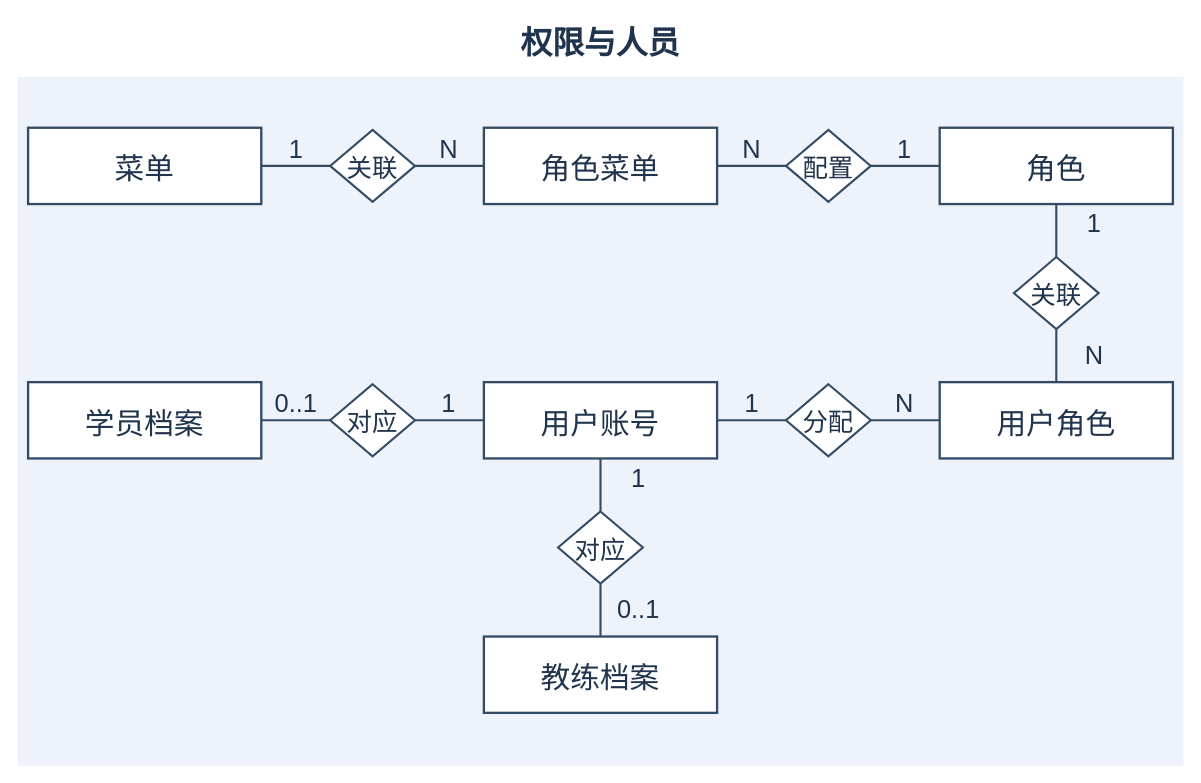
Before: page "账号与权限" (2 of 6) of diagrams/overall-er.drawio in TJHLDY/driving-school-training-exam-management, a draw.io diagram. Source tidied: cells renumbered, new cells numbered last; positions are measured from the earlier drawing's top-left corner, leaving out a move shared by most shapes. Both pictures are drawn from the tidied source at 106%, with x=0, y=0 at pixel (17, 17).
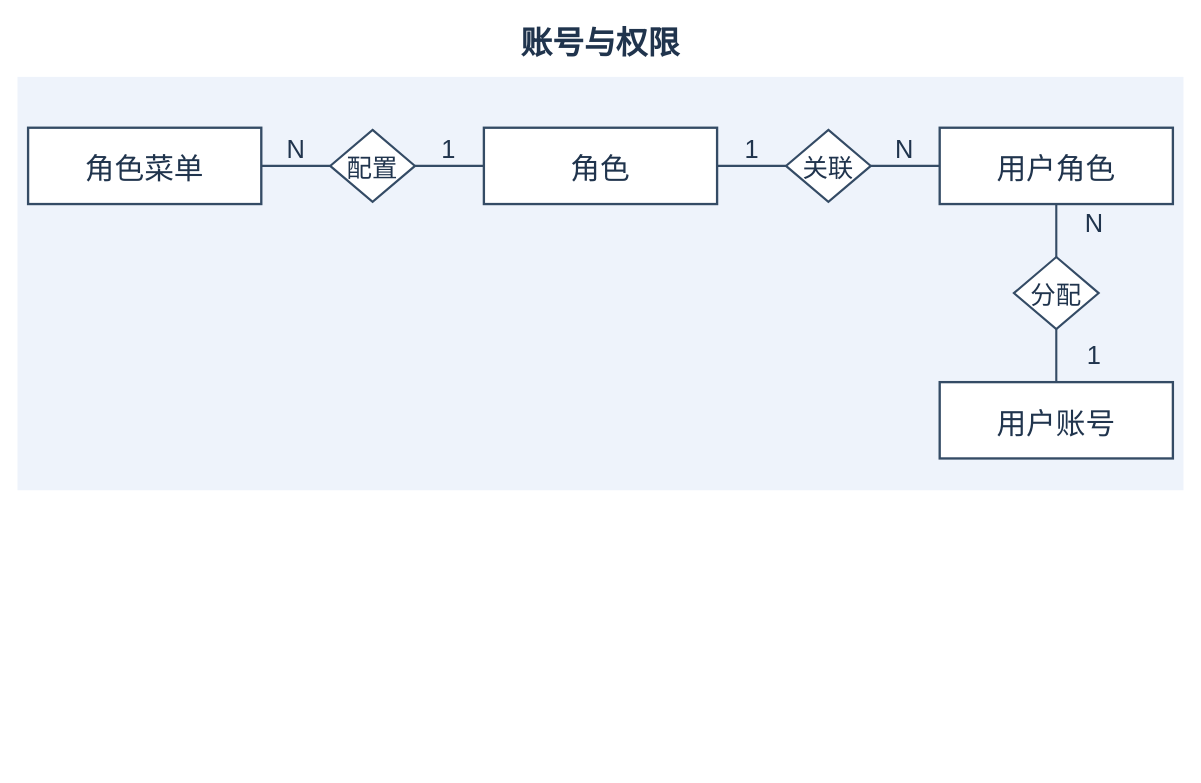
Above is the later version.

Diff of the diagram source:
```diff
@@
     <mxCell id="2" style="fillColor=#EEF3FB;strokeColor=none;" parent="1" vertex="1">
-      <mxGeometry y="56" width="1100" height="650" as="geometry" />
+      <mxGeometry y="56" width="1100" height="390" as="geometry" />
     </mxCell>
-    <mxCell id="3" value="权限与人员" style="strokeColor=none;fillColor=none;fontFamily=Microsoft YaHei;fontColor=#20344D;fontSize=30;fontStyle=1;" parent="1" vertex="1">
+    <mxCell id="3" value="账号与权限" style="strokeColor=none;fillColor=none;fontFamily=Microsoft YaHei;fontColor=#20344D;fontSize=30;fontStyle=1;" parent="1" vertex="1">
       <mxGeometry x="50" width="1000" height="42" as="geometry" />
     </mxCell>
-    <mxCell id="4" value="菜单" style="shape=rectangle;rounded=0;fillColor=#FFFFFF;strokeColor=#344B65;strokeWidth=2.2;fontSize=28;fontFamily=Microsoft YaHei;fontColor=#20344D;" parent="1" vertex="1">
+    <mxCell id="4" value="角色菜单" style="shape=rectangle;rounded=0;fillColor=#FFFFFF;strokeColor=#344B65;strokeWidth=2.2;fontSize=28;fontFamily=Microsoft YaHei;fontColor=#20344D;" parent="1" vertex="1">
       <mxGeometry x="10" y="104" width="220" height="72" as="geometry" />
     </mxCell>
-    <mxCell id="5" value="角色菜单" style="shape=rectangle;rounded=0;fillColor=#FFFFFF;strokeColor=#344B65;strokeWidth=2.2;fontSize=28;fontFamily=Microsoft YaHei;fontColor=#20344D;" parent="1" vertex="1">
-      <mxGeometry x="440" y="104" width="220" height="72" as="geometry" />
-    </mxCell>
     <mxCell id="6" value="角色" style="shape=rectangle;rounded=0;fillColor=#FFFFFF;strokeColor=#344B65;strokeWidth=2.2;fontSize=28;fontFamily=Microsoft YaHei;fontColor=#20344D;" parent="1" vertex="1">
-      <mxGeometry x="870" y="104" width="220" height="72" as="geometry" />
+      <mxGeometry x="440" y="104" width="220" height="72" as="geometry" />
     </mxCell>
-    <mxCell id="7" value="学员档案" style="shape=rectangle;rounded=0;fillColor=#FFFFFF;strokeColor=#344B65;strokeWidth=2.2;fontSize=28;fontFamily=Microsoft YaHei;fontColor=#20344D;" parent="1" vertex="1">
-      <mxGeometry x="10" y="344" width="220" height="72" as="geometry" />
-    </mxCell>
+    <mxCell id="9" value="用户角色" style="shape=rectangle;rounded=0;fillColor=#FFFFFF;strokeColor=#344B65;strokeWidth=2.2;fontSize=28;fontFamily=Microsoft YaHei;fontColor=#20344D;" parent="1" vertex="1">
+      <mxGeometry x="870" y="104" width="220" height="72" as="geometry" />
+    </mxCell>
     <mxCell id="8" value="用户账号" style="shape=rectangle;rounded=0;fillColor=#FFFFFF;strokeColor=#344B65;strokeWidth=2.2;fontSize=28;fontFamily=Microsoft YaHei;fontColor=#20344D;" parent="1" vertex="1">
-      <mxGeometry x="440" y="344" width="220" height="72" as="geometry" />
+      <mxGeometry x="870" y="344" width="220" height="72" as="geometry" />
     </mxCell>
-    <mxCell id="9" value="用户角色" style="shape=rectangle;rounded=0;fillColor=#FFFFFF;strokeColor=#344B65;strokeWidth=2.2;fontSize=28;fontFamily=Microsoft YaHei;fontColor=#20344D;" parent="1" vertex="1">
-      <mxGeometry x="870" y="344" width="220" height="72" as="geometry" />
-    </mxCell>
-    <mxCell id="10" value="教练档案" style="shape=rectangle;rounded=0;fillColor=#FFFFFF;strokeColor=#344B65;strokeWidth=2.2;fontSize=28;fontFamily=Microsoft YaHei;fontColor=#20344D;" parent="1" vertex="1">
-      <mxGeometry x="440" y="584" width="220" height="72" as="geometry" />
-    </mxCell>
-    <mxCell id="11" value="关联" style="shape=rhombus;perimeter=rhombusPerimeter;fillColor=#FFFFFF;strokeColor=#344B65;strokeWidth=2;fontSize=24;fontFamily=Microsoft YaHei;fontColor=#20344D;" parent="1" vertex="1">
+    <mxCell id="11" value="配置" style="shape=rhombus;perimeter=rhombusPerimeter;fillColor=#FFFFFF;strokeColor=#344B65;strokeWidth=2;fontSize=24;fontFamily=Microsoft YaHei;fontColor=#20344D;" parent="1" vertex="1">
       <mxGeometry x="295" y="106" width="80" height="68" as="geometry" />
     </mxCell>
-    <mxCell id="12" style="edgeStyle=none;noEdgeStyle=1;endArrow=none;startArrow=none;strokeColor=#344B65;strokeWidth=2;" parent="1" edge="1" source="4" target="11">
+    <mxCell id="12" style="edgeStyle=none;noEdgeStyle=1;endArrow=none;startArrow=none;strokeColor=#344B65;strokeWidth=2;" parent="1" edge="1" source="6" target="11">
       <mxGeometry relative="1" as="geometry" />
     </mxCell>
     <mxCell id="13" value="1" style="strokeColor=none;fillColor=none;fontFamily=Microsoft YaHei;fontColor=#20344D;fontSize=24;" parent="1" vertex="1">
-      <mxGeometry x="235" y="108" width="56" height="28" as="geometry" />
+      <mxGeometry x="379" y="108" width="56" height="28" as="geometry" />
     </mxCell>
-    <mxCell id="14" style="edgeStyle=none;noEdgeStyle=1;endArrow=none;startArrow=none;strokeColor=#344B65;strokeWidth=2;" parent="1" edge="1" source="5" target="11">
+    <mxCell id="14" style="edgeStyle=none;noEdgeStyle=1;endArrow=none;startArrow=none;strokeColor=#344B65;strokeWidth=2;" parent="1" edge="1" source="4" target="11">
       <mxGeometry relative="1" as="geometry" />
     </mxCell>
     <mxCell id="15" value="N" style="strokeColor=none;fillColor=none;fontFamily=Microsoft YaHei;fontColor=#20344D;fontSize=24;" parent="1" vertex="1">
-      <mxGeometry x="379" y="108" width="56" height="28" as="geometry" />
+      <mxGeometry x="235" y="108" width="56" height="28" as="geometry" />
     </mxCell>
-    <mxCell id="16" value="配置" style="shape=rhombus;perimeter=rhombusPerimeter;fillColor=#FFFFFF;strokeColor=#344B65;strokeWidth=2;fontSize=24;fontFamily=Microsoft YaHei;fontColor=#20344D;" parent="1" vertex="1">
+    <mxCell id="16" value="关联" style="shape=rhombus;perimeter=rhombusPerimeter;fillColor=#FFFFFF;strokeColor=#344B65;strokeWidth=2;fontSize=24;fontFamily=Microsoft YaHei;fontColor=#20344D;" parent="1" vertex="1">
       <mxGeometry x="725" y="106" width="80" height="68" as="geometry" />
     </mxCell>
@@
     <mxCell id="18" value="1" style="strokeColor=none;fillColor=none;fontFamily=Microsoft YaHei;fontColor=#20344D;fontSize=24;" parent="1" vertex="1">
-      <mxGeometry x="809" y="108" width="56" height="28" as="geometry" />
+      <mxGeometry x="665" y="108" width="56" height="28" as="geometry" />
     </mxCell>
-    <mxCell id="19" style="edgeStyle=none;noEdgeStyle=1;endArrow=none;startArrow=none;strokeColor=#344B65;strokeWidth=2;" parent="1" edge="1" source="5" target="16">
+    <mxCell id="19" style="edgeStyle=none;noEdgeStyle=1;endArrow=none;startArrow=none;strokeColor=#344B65;strokeWidth=2;" parent="1" edge="1" source="9" target="16">
       <mxGeometry relative="1" as="geometry" />
     </mxCell>
     <mxCell id="20" value="N" style="strokeColor=none;fillColor=none;fontFamily=Microsoft YaHei;fontColor=#20344D;fontSize=24;" parent="1" vertex="1">
-      <mxGeometry x="665" y="108" width="56" height="28" as="geometry" />
+      <mxGeometry x="809" y="108" width="56" height="28" as="geometry" />
     </mxCell>
-    <mxCell id="21" value="关联" style="shape=rhombus;perimeter=rhombusPerimeter;fillColor=#FFFFFF;strokeColor=#344B65;strokeWidth=2;fontSize=24;fontFamily=Microsoft YaHei;fontColor=#20344D;" parent="1" vertex="1">
+    <mxCell id="21" value="分配" style="shape=rhombus;perimeter=rhombusPerimeter;fillColor=#FFFFFF;strokeColor=#344B65;strokeWidth=2;fontSize=24;fontFamily=Microsoft YaHei;fontColor=#20344D;" parent="1" vertex="1">
       <mxGeometry x="940" y="226" width="80" height="68" as="geometry" />
     </mxCell>
-    <mxCell id="22" style="edgeStyle=none;noEdgeStyle=1;endArrow=none;startArrow=none;strokeColor=#344B65;strokeWidth=2;" parent="1" edge="1" source="6" target="21">
+    <mxCell id="22" style="edgeStyle=none;noEdgeStyle=1;endArrow=none;startArrow=none;strokeColor=#344B65;strokeWidth=2;" parent="1" edge="1" source="8" target="21">
       <mxGeometry relative="1" as="geometry" />
     </mxCell>
     <mxCell id="23" value="1" style="strokeColor=none;fillColor=none;fontFamily=Microsoft YaHei;fontColor=#20344D;fontSize=24;" parent="1" vertex="1">
-      <mxGeometry x="988" y="178" width="56" height="28" as="geometry" />
+      <mxGeometry x="988" y="302" width="56" height="28" as="geometry" />
     </mxCell>
@@
     <mxCell id="25" value="N" style="strokeColor=none;fillColor=none;fontFamily=Microsoft YaHei;fontColor=#20344D;fontSize=24;" parent="1" vertex="1">
-      <mxGeometry x="988" y="302" width="56" height="28" as="geometry" />
+      <mxGeometry x="988" y="178" width="56" height="28" as="geometry" />
     </mxCell>
-    <mxCell id="26" value="分配" style="shape=rhombus;perimeter=rhombusPerimeter;fillColor=#FFFFFF;strokeColor=#344B65;strokeWidth=2;fontSize=24;fontFamily=Microsoft YaHei;fontColor=#20344D;" parent="1" vertex="1">
-      <mxGeometry x="725" y="346" width="80" height="68" as="geometry" />
-    </mxCell>
-    <mxCell id="27" style="edgeStyle=none;noEdgeStyle=1;endArrow=none;startArrow=none;strokeColor=#344B65;strokeWidth=2;" parent="1" edge="1" source="8" target="26">
-      <mxGeometry relative="1" as="geometry" />
-    </mxCell>
-    <mxCell id="28" value="1" style="strokeColor=none;fillColor=none;fontFamily=Microsoft YaHei;fontColor=#20344D;fontSize=24;" parent="1" vertex="1">
-      <mxGeometry x="665" y="348" width="56" height="28" as="geometry" />
-    </mxCell>
-    <mxCell id="29" style="edgeStyle=none;noEdgeStyle=1;endArrow=none;startArrow=none;strokeColor=#344B65;strokeWidth=2;" parent="1" edge="1" source="9" target="26">
-      <mxGeometry relative="1" as="geometry" />
-    </mxCell>
-    <mxCell id="30" value="N" style="strokeColor=none;fillColor=none;fontFamily=Microsoft YaHei;fontColor=#20344D;fontSize=24;" parent="1" vertex="1">
-      <mxGeometry x="809" y="348" width="56" height="28" as="geometry" />
-    </mxCell>
-    <mxCell id="31" value="对应" style="shape=rhombus;perimeter=rhombusPerimeter;fillColor=#FFFFFF;strokeColor=#344B65;strokeWidth=2;fontSize=24;fontFamily=Microsoft YaHei;fontColor=#20344D;" parent="1" vertex="1">
-      <mxGeometry x="295" y="346" width="80" height="68" as="geometry" />
-    </mxCell>
-    <mxCell id="32" style="edgeStyle=none;noEdgeStyle=1;endArrow=none;startArrow=none;strokeColor=#344B65;strokeWidth=2;" parent="1" edge="1" source="8" target="31">
-      <mxGeometry relative="1" as="geometry" />
-    </mxCell>
-    <mxCell id="33" value="1" style="strokeColor=none;fillColor=none;fontFamily=Microsoft YaHei;fontColor=#20344D;fontSize=24;" parent="1" vertex="1">
-      <mxGeometry x="379" y="348" width="56" height="28" as="geometry" />
-    </mxCell>
-    <mxCell id="34" style="edgeStyle=none;noEdgeStyle=1;endArrow=none;startArrow=none;strokeColor=#344B65;strokeWidth=2;" parent="1" edge="1" source="7" target="31">
-      <mxGeometry relative="1" as="geometry" />
-    </mxCell>
-    <mxCell id="35" value="0..1" style="strokeColor=none;fillColor=none;fontFamily=Microsoft YaHei;fontColor=#20344D;fontSize=24;" parent="1" vertex="1">
-      <mxGeometry x="235" y="348" width="56" height="28" as="geometry" />
-    </mxCell>
-    <mxCell id="36" value="对应" style="shape=rhombus;perimeter=rhombusPerimeter;fillColor=#FFFFFF;strokeColor=#344B65;strokeWidth=2;fontSize=24;fontFamily=Microsoft YaHei;fontColor=#20344D;" parent="1" vertex="1">
-      <mxGeometry x="510" y="466" width="80" height="68" as="geometry" />
-    </mxCell>
-    <mxCell id="37" style="edgeStyle=none;noEdgeStyle=1;endArrow=none;startArrow=none;strokeColor=#344B65;strokeWidth=2;" parent="1" edge="1" source="8" target="36">
-      <mxGeometry relative="1" as="geometry" />
-    </mxCell>
-    <mxCell id="38" value="1" style="strokeColor=none;fillColor=none;fontFamily=Microsoft YaHei;fontColor=#20344D;fontSize=24;" parent="1" vertex="1">
-      <mxGeometry x="558" y="418" width="56" height="28" as="geometry" />
-    </mxCell>
-    <mxCell id="39" style="edgeStyle=none;noEdgeStyle=1;endArrow=none;startArrow=none;strokeColor=#344B65;strokeWidth=2;" parent="1" edge="1" source="10" target="36">
-      <mxGeometry relative="1" as="geometry" />
-    </mxCell>
-    <mxCell id="40" value="0..1" style="strokeColor=none;fillColor=none;fontFamily=Microsoft YaHei;fontColor=#20344D;fontSize=24;" parent="1" vertex="1">
-      <mxGeometry x="558" y="542" width="56" height="28" as="geometry" />
-    </mxCell>
```
